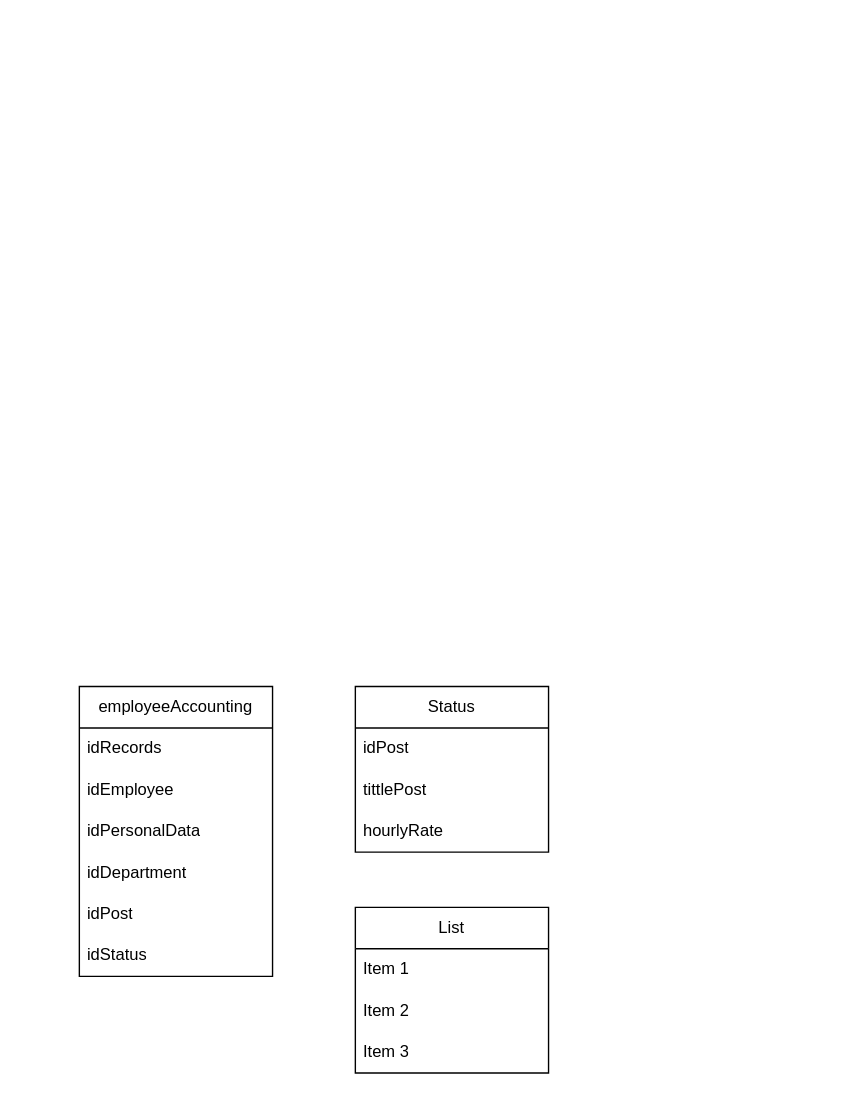
Earlier version of the draw.io diagram DatabaseSchema.drawio (Anasikus/Employee_Accounting). Source tidied: cells renumbered, new cells numbered last; positions are measured from the earlier drawing's top-left corner, leaving out a move shared by most shapes. Both pictures are drawn from the tidied source at 138%, with x=0, y=0 at pixel (79, 686).
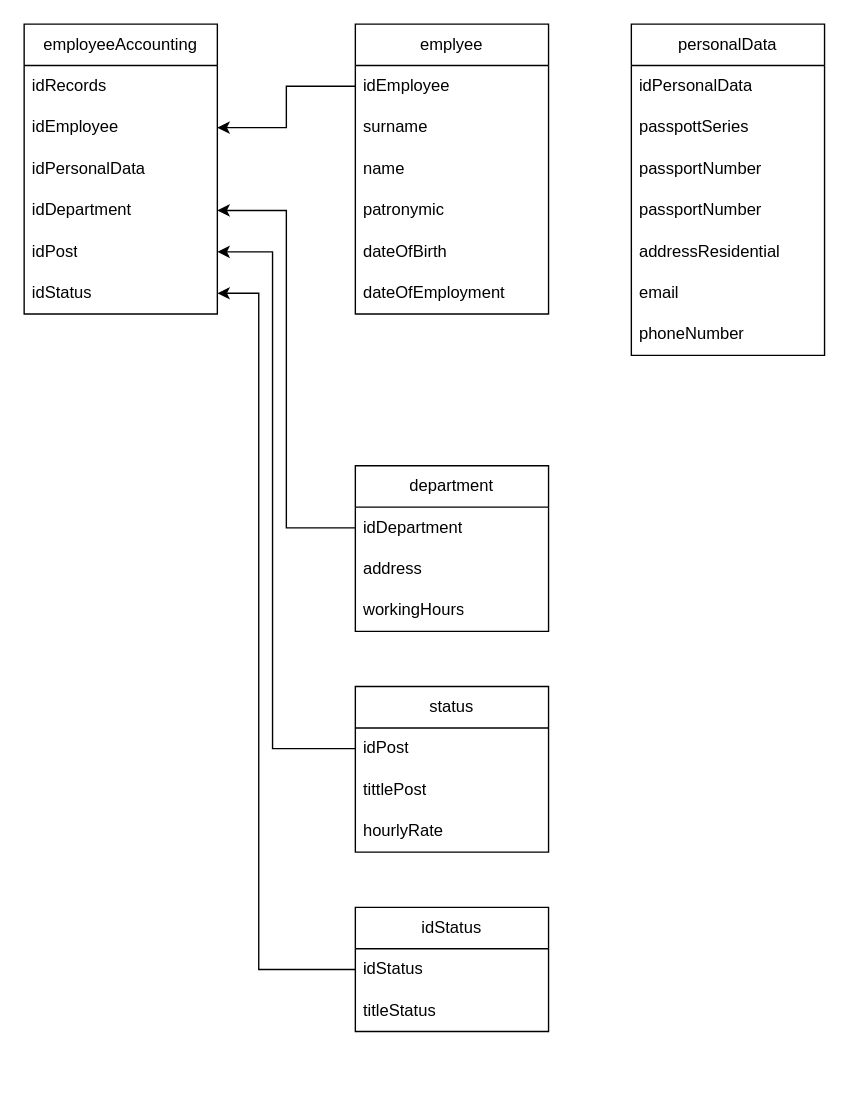
Above is the later version.

The change refers to these unchanged cells:
```xml
<mxCell id="4" value="idEmployee" style="text;strokeColor=none;fillColor=none;align=left;verticalAlign=middle;spacingLeft=4;spacingRight=4;overflow=hidden;points=[[0,0.5],[1,0.5]];portConstraint=eastwest;whiteSpace=wrap;html=1;" parent="2" vertex="1">
  <mxGeometry y="60" width="140" height="30" as="geometry" />
</mxCell>
<mxCell id="6" value="idDepartment" style="text;strokeColor=none;fillColor=none;align=left;verticalAlign=middle;spacingLeft=4;spacingRight=4;overflow=hidden;points=[[0,0.5],[1,0.5]];portConstraint=eastwest;whiteSpace=wrap;html=1;" parent="2" vertex="1">
  <mxGeometry y="120" width="140" height="30" as="geometry" />
</mxCell>
<mxCell id="7" value="idPost" style="text;strokeColor=none;fillColor=none;align=left;verticalAlign=middle;spacingLeft=4;spacingRight=4;overflow=hidden;points=[[0,0.5],[1,0.5]];portConstraint=eastwest;whiteSpace=wrap;html=1;" parent="2" vertex="1">
  <mxGeometry y="150" width="140" height="30" as="geometry" />
</mxCell>
<mxCell id="8" value="idStatus" style="text;strokeColor=none;fillColor=none;align=left;verticalAlign=middle;spacingLeft=4;spacingRight=4;overflow=hidden;points=[[0,0.5],[1,0.5]];portConstraint=eastwest;whiteSpace=wrap;html=1;" parent="2" vertex="1">
  <mxGeometry y="180" width="140" height="30" as="geometry" />
</mxCell>
<mxCell id="10" value="idPost" style="text;strokeColor=none;fillColor=none;align=left;verticalAlign=middle;spacingLeft=4;spacingRight=4;overflow=hidden;points=[[0,0.5],[1,0.5]];portConstraint=eastwest;whiteSpace=wrap;html=1;" parent="9" vertex="1">
  <mxGeometry y="30" width="140" height="30" as="geometry" />
</mxCell>
```

What changed in the source:
```diff
@@
     <mxCell id="2" value="employeeAccounting" style="swimlane;fontStyle=0;horizontal=1;startSize=30;whiteSpace=wrap;html=1;" parent="1" vertex="1">
-      <mxGeometry width="140" height="210" as="geometry" />
+      <mxGeometry x="-40" y="-480" width="140" height="210" as="geometry" />
     </mxCell>
@@
-    <mxCell id="9" value="Status" style="swimlane;fontStyle=0;horizontal=1;startSize=30;whiteSpace=wrap;html=1;" parent="1" vertex="1">
+    <mxCell id="9" value="status" style="swimlane;fontStyle=0;horizontal=1;startSize=30;whiteSpace=wrap;html=1;" parent="1" vertex="1">
       <mxGeometry x="200" width="140" height="120" as="geometry" />
     </mxCell>
@@
-    <mxCell id="13" value="List" style="swimlane;fontStyle=0;horizontal=1;startSize=30;whiteSpace=wrap;html=1;" parent="1" vertex="1">
-      <mxGeometry x="200" y="160" width="140" height="120" as="geometry" />
+    <mxCell id="13" value="idStatus" style="swimlane;fontStyle=0;horizontal=1;startSize=30;whiteSpace=wrap;html=1;" parent="1" vertex="1">
+      <mxGeometry x="200" y="160" width="140" height="90" as="geometry" />
     </mxCell>
-    <mxCell id="14" value="Item 1" style="text;strokeColor=none;fillColor=none;align=left;verticalAlign=middle;spacingLeft=4;spacingRight=4;overflow=hidden;points=[[0,0.5],[1,0.5]];portConstraint=eastwest;whiteSpace=wrap;html=1;" parent="13" vertex="1">
+    <mxCell id="14" value="idStatus" style="text;strokeColor=none;fillColor=none;align=left;verticalAlign=middle;spacingLeft=4;spacingRight=4;overflow=hidden;points=[[0,0.5],[1,0.5]];portConstraint=eastwest;whiteSpace=wrap;html=1;" parent="13" vertex="1">
       <mxGeometry y="30" width="140" height="30" as="geometry" />
     </mxCell>
-    <mxCell id="15" value="Item 2" style="text;strokeColor=none;fillColor=none;align=left;verticalAlign=middle;spacingLeft=4;spacingRight=4;overflow=hidden;whiteSpace=wrap;html=1;" parent="13" vertex="1">
+    <mxCell id="15" value="titleStatus" style="text;strokeColor=none;fillColor=none;align=left;verticalAlign=middle;spacingLeft=4;spacingRight=4;overflow=hidden;whiteSpace=wrap;html=1;" parent="13" vertex="1">
       <mxGeometry y="60" width="140" height="30" as="geometry" />
     </mxCell>
-    <mxCell id="16" value="Item 3" style="text;strokeColor=none;fillColor=none;align=left;verticalAlign=middle;spacingLeft=4;spacingRight=4;overflow=hidden;whiteSpace=wrap;html=1;" parent="13" vertex="1">
-      <mxGeometry y="90" width="140" height="30" as="geometry" />
-    </mxCell>
+    <mxCell id="17" value="emplyee" style="swimlane;fontStyle=0;horizontal=1;startSize=30;whiteSpace=wrap;html=1;" parent="1" vertex="1">
+      <mxGeometry x="200" y="-480" width="140" height="210" as="geometry" />
+    </mxCell>
+    <mxCell id="18" value="idEmployee" style="text;strokeColor=none;fillColor=none;align=left;verticalAlign=middle;spacingLeft=4;spacingRight=4;overflow=hidden;points=[[0,0.5],[1,0.5]];portConstraint=eastwest;whiteSpace=wrap;html=1;" parent="17" vertex="1">
+      <mxGeometry y="30" width="140" height="30" as="geometry" />
+    </mxCell>
+    <mxCell id="19" value="surname" style="text;strokeColor=none;fillColor=none;align=left;verticalAlign=middle;spacingLeft=4;spacingRight=4;overflow=hidden;whiteSpace=wrap;html=1;" parent="17" vertex="1">
+      <mxGeometry y="60" width="140" height="30" as="geometry" />
+    </mxCell>
+    <mxCell id="20" value="name" style="text;strokeColor=none;fillColor=none;align=left;verticalAlign=middle;spacingLeft=4;spacingRight=4;overflow=hidden;whiteSpace=wrap;html=1;" parent="17" vertex="1">
+      <mxGeometry y="90" width="140" height="30" as="geometry" />
+    </mxCell>
+    <mxCell id="21" value="patronymic" style="text;strokeColor=none;fillColor=none;align=left;verticalAlign=middle;spacingLeft=4;spacingRight=4;overflow=hidden;whiteSpace=wrap;html=1;" parent="17" vertex="1">
+      <mxGeometry y="120" width="140" height="30" as="geometry" />
+    </mxCell>
+    <mxCell id="22" value="dateOfBirth" style="text;strokeColor=none;fillColor=none;align=left;verticalAlign=middle;spacingLeft=4;spacingRight=4;overflow=hidden;whiteSpace=wrap;html=1;" parent="17" vertex="1">
+      <mxGeometry y="150" width="140" height="30" as="geometry" />
+    </mxCell>
+    <mxCell id="23" value="dateOfEmployment" style="text;strokeColor=none;fillColor=none;align=left;verticalAlign=middle;spacingLeft=4;spacingRight=4;overflow=hidden;whiteSpace=wrap;html=1;" parent="17" vertex="1">
+      <mxGeometry y="180" width="140" height="30" as="geometry" />
+    </mxCell>
+    <mxCell id="24" value="department" style="swimlane;fontStyle=0;horizontal=1;startSize=30;whiteSpace=wrap;html=1;" parent="1" vertex="1">
+      <mxGeometry x="200" y="-160" width="140" height="120" as="geometry" />
+    </mxCell>
+    <mxCell id="25" value="idDepartment" style="text;strokeColor=none;fillColor=none;align=left;verticalAlign=middle;spacingLeft=4;spacingRight=4;overflow=hidden;points=[[0,0.5],[1,0.5]];portConstraint=eastwest;whiteSpace=wrap;html=1;" parent="24" vertex="1">
+      <mxGeometry y="30" width="140" height="30" as="geometry" />
+    </mxCell>
+    <mxCell id="26" value="address" style="text;strokeColor=none;fillColor=none;align=left;verticalAlign=middle;spacingLeft=4;spacingRight=4;overflow=hidden;whiteSpace=wrap;html=1;" parent="24" vertex="1">
+      <mxGeometry y="60" width="140" height="30" as="geometry" />
+    </mxCell>
+    <mxCell id="27" value="workingHours" style="text;strokeColor=none;fillColor=none;align=left;verticalAlign=middle;spacingLeft=4;spacingRight=4;overflow=hidden;whiteSpace=wrap;html=1;" parent="24" vertex="1">
+      <mxGeometry y="90" width="140" height="30" as="geometry" />
+    </mxCell>
+    <mxCell id="28" style="edgeStyle=orthogonalEdgeStyle;rounded=0;jettySize=auto;html=1;exitX=0;exitY=0.5;exitDx=0;exitDy=0;entryX=1;entryY=0.5;entryDx=0;entryDy=0;" parent="1" edge="1" source="25" target="6">
+      <mxGeometry relative="1" as="geometry" />
+    </mxCell>
+    <mxCell id="29" style="edgeStyle=orthogonalEdgeStyle;rounded=0;jettySize=auto;html=1;exitX=0;exitY=0.5;exitDx=0;exitDy=0;entryX=1;entryY=0.5;entryDx=0;entryDy=0;" parent="1" edge="1" source="18" target="4">
+      <mxGeometry relative="1" as="geometry" />
+    </mxCell>
+    <mxCell id="30" style="edgeStyle=orthogonalEdgeStyle;rounded=0;jettySize=auto;html=1;exitX=0;exitY=0.5;exitDx=0;exitDy=0;entryX=1;entryY=0.5;entryDx=0;entryDy=0;" parent="1" edge="1" source="10" target="7">
+      <mxGeometry relative="1" as="geometry">
+        <Array as="points">
+          <mxPoint x="140" y="45" />
+          <mxPoint x="140" y="-315" />
+        </Array>
+      </mxGeometry>
+    </mxCell>
+    <mxCell id="31" style="edgeStyle=orthogonalEdgeStyle;rounded=0;jettySize=auto;html=1;exitX=0;exitY=0.5;exitDx=0;exitDy=0;entryX=1;entryY=0.5;entryDx=0;entryDy=0;" parent="1" edge="1" source="14" target="8">
+      <mxGeometry relative="1" as="geometry">
+        <Array as="points">
+          <mxPoint x="130" y="205" />
+          <mxPoint x="130" y="-285" />
+        </Array>
+      </mxGeometry>
+    </mxCell>
+    <mxCell id="32" value="personalData" style="swimlane;fontStyle=0;horizontal=1;startSize=30;whiteSpace=wrap;html=1;" parent="1" vertex="1">
+      <mxGeometry x="400" y="-480" width="140" height="240" as="geometry" />
+    </mxCell>
+    <mxCell id="33" value="idPersonalData" style="text;strokeColor=none;fillColor=none;align=left;verticalAlign=middle;spacingLeft=4;spacingRight=4;overflow=hidden;whiteSpace=wrap;html=1;" parent="32" vertex="1">
+      <mxGeometry y="30" width="140" height="30" as="geometry" />
+    </mxCell>
+    <mxCell id="34" value="passpottSeries" style="text;strokeColor=none;fillColor=none;align=left;verticalAlign=middle;spacingLeft=4;spacingRight=4;overflow=hidden;whiteSpace=wrap;html=1;" parent="32" vertex="1">
+      <mxGeometry y="60" width="140" height="30" as="geometry" />
+    </mxCell>
+    <mxCell id="35" value="passportNumber" style="text;strokeColor=none;fillColor=none;align=left;verticalAlign=middle;spacingLeft=4;spacingRight=4;overflow=hidden;whiteSpace=wrap;html=1;" parent="32" vertex="1">
+      <mxGeometry y="90" width="140" height="30" as="geometry" />
+    </mxCell>
+    <mxCell id="36" value="passportNumber" style="text;strokeColor=none;fillColor=none;align=left;verticalAlign=middle;spacingLeft=4;spacingRight=4;overflow=hidden;whiteSpace=wrap;html=1;" parent="32" vertex="1">
+      <mxGeometry y="120" width="140" height="30" as="geometry" />
+    </mxCell>
+    <mxCell id="37" value="addressResidential" style="text;strokeColor=none;fillColor=none;align=left;verticalAlign=middle;spacingLeft=4;spacingRight=4;overflow=hidden;whiteSpace=wrap;html=1;" parent="32" vertex="1">
+      <mxGeometry y="150" width="140" height="30" as="geometry" />
+    </mxCell>
+    <mxCell id="38" value="email" style="text;strokeColor=none;fillColor=none;align=left;verticalAlign=middle;spacingLeft=4;spacingRight=4;overflow=hidden;whiteSpace=wrap;html=1;" parent="32" vertex="1">
+      <mxGeometry y="180" width="140" height="30" as="geometry" />
+    </mxCell>
+    <mxCell id="39" value="phoneNumber" style="text;strokeColor=none;fillColor=none;align=left;verticalAlign=middle;spacingLeft=4;spacingRight=4;overflow=hidden;whiteSpace=wrap;html=1;" parent="32" vertex="1">
+      <mxGeometry y="210" width="140" height="30" as="geometry" />
+    </mxCell>
```
